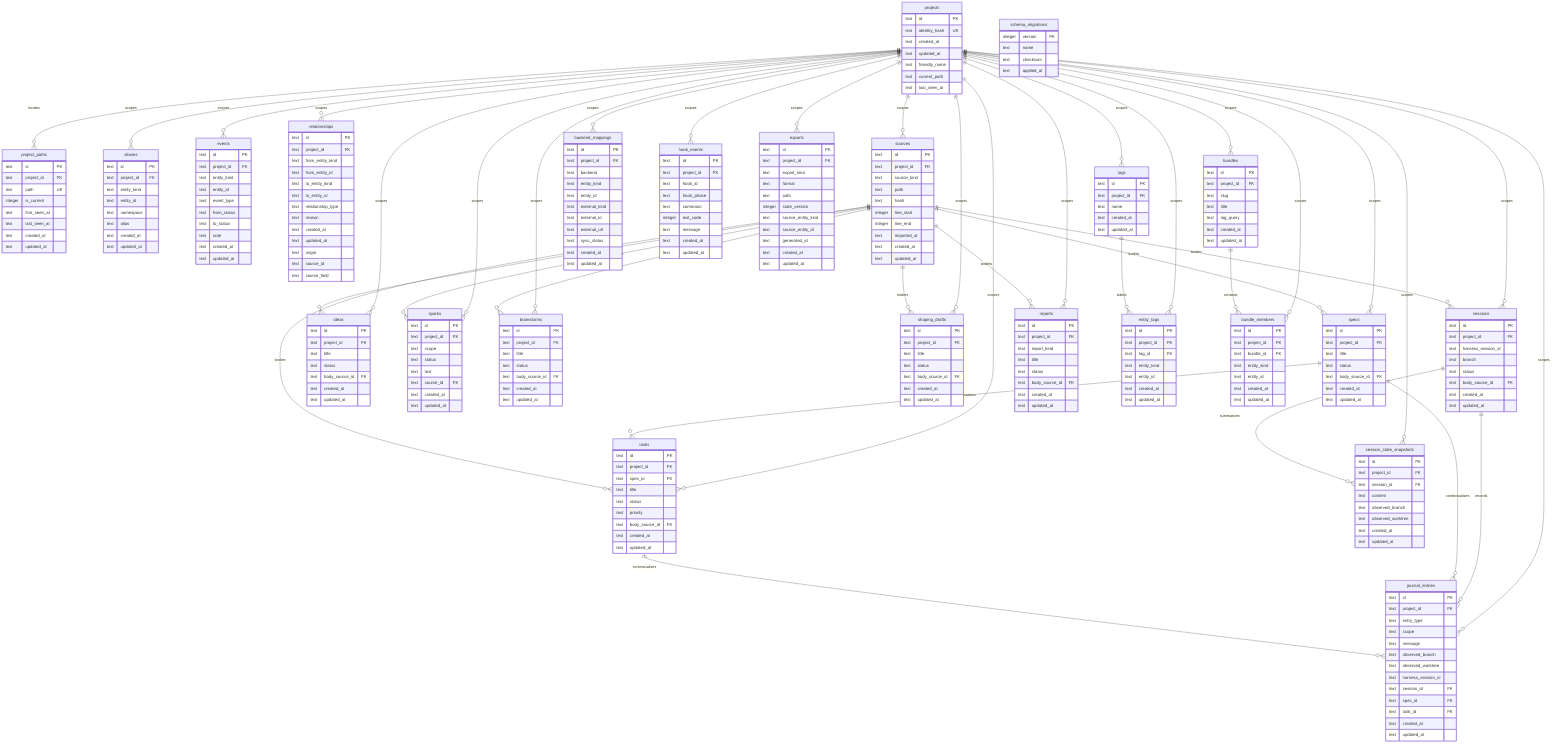
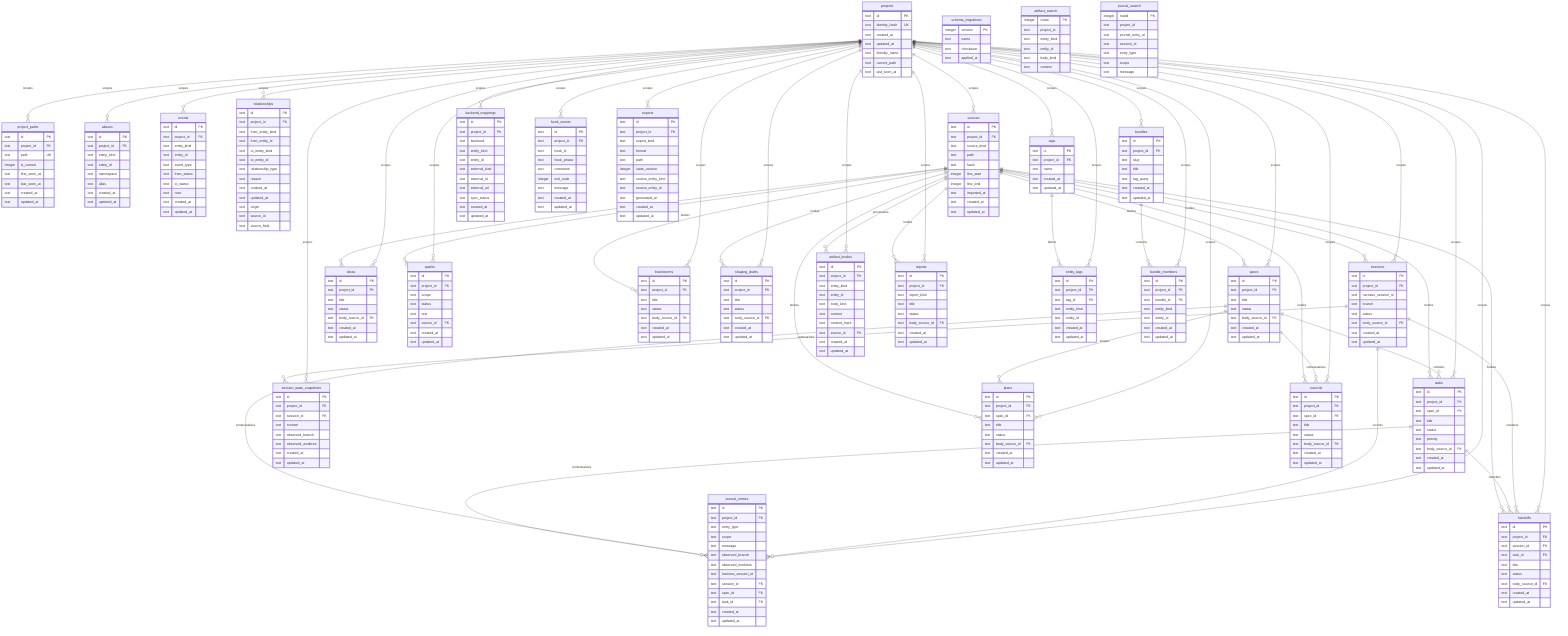
erDiagram
  projects {
    text id PK
    text identity_hash UK
    text created_at
    text updated_at
    text friendly_name
    text current_path
    text last_seen_at
  }
  project_paths {
    text id PK
    text project_id FK
    text path UK
    integer is_current
    text first_seen_at
    text last_seen_at
    text created_at
    text updated_at
  }
  schema_migrations {
    integer version PK
    text name
    text checksum
    text applied_at
  }
  aliases {
    text id PK
    text project_id FK
    text entity_kind
    text entity_id
    text namespace
    text alias
    text created_at
    text updated_at
  }
  specs {
    text id PK
    text project_id FK
    text title
    text status
    text body_source_id FK
    text created_at
    text updated_at
  }
  tasks {
    text id PK
    text project_id FK
    text spec_id FK
    text title
    text status
    text priority
    text body_source_id FK
    text created_at
    text updated_at
  }
  ideas {
    text id PK
    text project_id FK
    text title
    text status
    text body_source_id FK
    text created_at
    text updated_at
  }
  sparks {
    text id PK
    text project_id FK
    text scope
    text status
    text text
    text source_id FK
    text created_at
    text updated_at
  }
  brainstorms {
    text id PK
    text project_id FK
    text title
    text status
    text body_source_id FK
    text created_at
    text updated_at
  }
  shaping_drafts {
    text id PK
    text project_id FK
    text title
    text status
    text body_source_id FK
    text created_at
    text updated_at
  }
  sessions {
    text id PK
    text project_id FK
    text harness_session_id
    text branch
    text status
    text body_source_id FK
    text created_at
    text updated_at
  }
  session_state_snapshots {
    text id PK
    text project_id FK
    text session_id FK
    text content
    text observed_branch
    text observed_worktree
    text created_at
    text updated_at
  }
+   artifact_bodies {
+     text id PK
+     text project_id FK
+     text entity_kind
+     text entity_id
+     text body_kind
+     text content
+     text content_hash
+     text source_id FK
+     text created_at
+     text updated_at
+   }
+   artifact_search {
+     integer rowid PK
+     text project_id
+     text entity_kind
+     text entity_id
+     text body_kind
+     text content
+   }
+   journal_search {
+     integer rowid PK
+     text project_id
+     text journal_entry_id
+     text session_id
+     text entry_type
+     text scope
+     text message
+   }
  reports {
    text id PK
    text project_id FK
    text report_kind
+     text title
+     text status
+     text body_source_id FK
+     text created_at
+     text updated_at
+   }
+   plans {
+     text id PK
+     text project_id FK
+     text spec_id FK
+     text title
+     text status
+     text body_source_id FK
+     text created_at
+     text updated_at
+   }
+   handoffs {
+     text id PK
+     text project_id FK
+     text session_id FK
+     text task_id FK
+     text title
+     text status
+     text body_source_id FK
+     text created_at
+     text updated_at
+   }
+   councils {
+     text id PK
+     text project_id FK
+     text spec_id FK
    text title
    text status
    text body_source_id FK
    text created_at
    text updated_at
  }
  journal_entries {
    text id PK
    text project_id FK
    text entry_type
    text scope
    text message
    text observed_branch
    text observed_worktree
    text harness_session_id
    text session_id FK
    text spec_id FK
    text task_id FK
    text created_at
    text updated_at
  }
  events {
    text id PK
    text project_id FK
    text entity_kind
    text entity_id
    text event_type
    text from_status
    text to_status
    text note
    text created_at
    text updated_at
  }
  relationships {
    text id PK
    text project_id FK
    text from_entity_kind
    text from_entity_id
    text to_entity_kind
    text to_entity_id
    text relationship_type
    text reason
    text created_at
    text updated_at
    text origin
    text source_id
    text source_field
  }
  tags {
    text id PK
    text project_id FK
    text name
    text created_at
    text updated_at
  }
  entity_tags {
    text id PK
    text project_id FK
    text tag_id FK
    text entity_kind
    text entity_id
    text created_at
    text updated_at
  }
  bundles {
    text id PK
    text project_id FK
    text slug
    text title
    text tag_query
    text created_at
    text updated_at
  }
  bundle_members {
    text id PK
    text project_id FK
    text bundle_id FK
    text entity_kind
    text entity_id
    text created_at
    text updated_at
  }
  sources {
    text id PK
    text project_id FK
    text source_kind
    text path
    text hash
    integer line_start
    integer line_end
    text imported_at
    text created_at
    text updated_at
  }
  backend_mappings {
    text id PK
    text project_id FK
    text backend
    text entity_kind
    text entity_id
    text external_kind
    text external_id
    text external_url
    text sync_status
    text created_at
    text updated_at
  }
  hook_events {
    text id PK
    text project_id FK
    text hook_id
    text hook_phase
    text command
    integer exit_code
    text message
    text created_at
    text updated_at
  }
  exports {
    text id PK
    text project_id FK
    text export_kind
    text format
    text path
    integer state_version
    text source_entity_kind
    text source_entity_id
    text generated_at
    text created_at
    text updated_at
  }

  projects ||--o{ aliases : scopes
+   projects ||--o{ artifact_bodies : scopes
  projects ||--o{ specs : scopes
  projects ||--o{ tasks : scopes
  projects ||--o{ ideas : scopes
  projects ||--o{ sparks : scopes
  projects ||--o{ brainstorms : scopes
  projects ||--o{ shaping_drafts : scopes
  projects ||--o{ sessions : scopes
  projects ||--o{ session_state_snapshots : scopes
  projects ||--o{ reports : scopes
+   projects ||--o{ plans : scopes
+   projects ||--o{ handoffs : scopes
+   projects ||--o{ councils : scopes
  projects ||--o{ journal_entries : scopes
  projects ||--o{ project_paths : locates
  projects ||--o{ events : scopes
  projects ||--o{ relationships : scopes
  projects ||--o{ tags : scopes
  projects ||--o{ entity_tags : scopes
  projects ||--o{ bundles : scopes
  projects ||--o{ bundle_members : scopes
  projects ||--o{ sources : scopes
  projects ||--o{ backend_mappings : scopes
  projects ||--o{ hook_events : scopes
  projects ||--o{ exports : scopes
  specs ||--o{ tasks : contains
+   specs ||--o{ plans : shapes
+   specs ||--o{ councils : contextualizes
  sessions ||--o{ journal_entries : records
+   sessions ||--o{ handoffs : transfers
  sessions ||--o{ session_state_snapshots : summarizes
+   tasks ||--o{ handoffs : transfers
  specs ||--o{ journal_entries : contextualizes
  tasks ||--o{ journal_entries : contextualizes
  tags ||--o{ entity_tags : labels
  bundles ||--o{ bundle_members : contains
+   sources ||--o{ artifact_bodies : provenance
  sources ||--o{ specs : bodies
  sources ||--o{ tasks : bodies
  sources ||--o{ ideas : bodies
  sources ||--o{ sparks : origins
  sources ||--o{ brainstorms : bodies
  sources ||--o{ shaping_drafts : bodies
  sources ||--o{ sessions : bodies
  sources ||--o{ reports : bodies
+   sources ||--o{ plans : bodies
+   sources ||--o{ handoffs : bodies
+   sources ||--o{ councils : bodies
